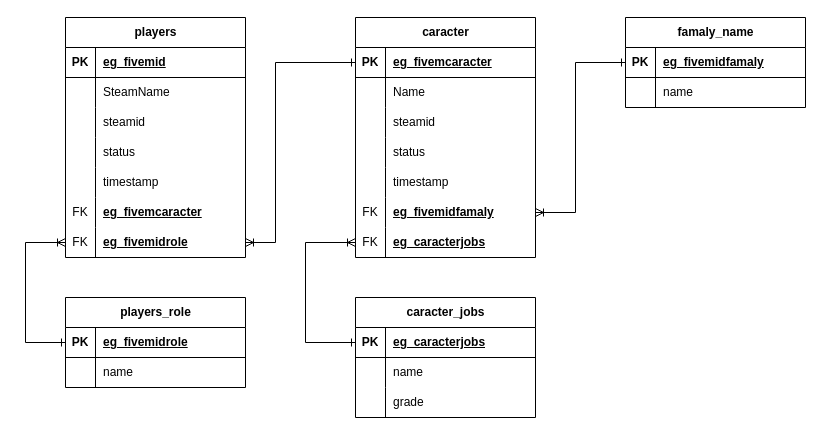
Above: EGSolutions/Designs/Diagrams/FivemDatabase.drawio in Fevereiro2/Docs (draw.io), before the change. Source tidied: cells renumbered, new cells numbered last; positions are measured from the earlier drawing's top-left corner, leaving out a move shared by most shapes. Both pictures are drawn from the tidied source at 100%, with x=0, y=0 at pixel (25, 17).
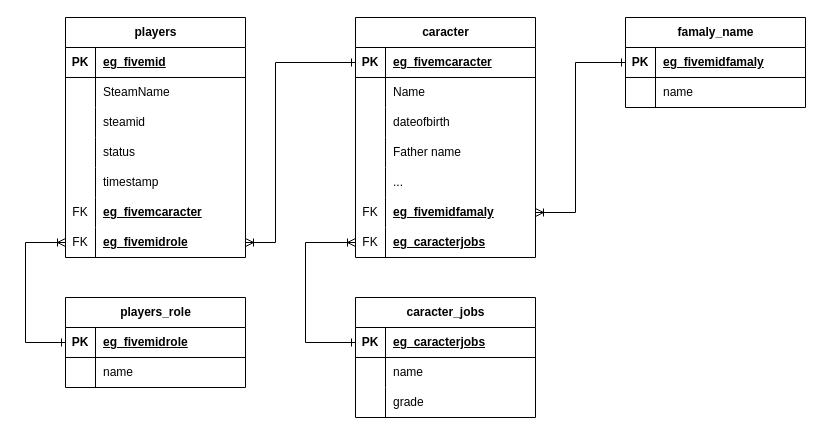
After the change.

The change refers to these unchanged cells:
```xml
<mxCell id="31" style="shape=tableRow;horizontal=0;startSize=0;swimlaneHead=0;swimlaneBody=0;fillColor=none;top=0;left=0;right=0;bottom=0;" parent="24" vertex="1">
  <mxGeometry y="90" width="180" height="30" as="geometry" />
</mxCell>
<mxCell id="34" style="shape=tableRow;horizontal=0;startSize=0;swimlaneHead=0;swimlaneBody=0;fillColor=none;top=0;left=0;right=0;bottom=0;" parent="24" vertex="1">
  <mxGeometry y="120" width="180" height="30" as="geometry" />
</mxCell>
<mxCell id="37" style="shape=tableRow;horizontal=0;startSize=0;swimlaneHead=0;swimlaneBody=0;fillColor=none;top=0;left=0;right=0;bottom=0;" parent="24" vertex="1">
  <mxGeometry y="150" width="180" height="30" as="geometry" />
</mxCell>
```

The edit, as a diff of the source:
```diff
@@
-    <mxCell id="33" value="steamid" style="shape=partialRectangle;fillColor=none;top=0;left=0;bottom=0;right=0;align=left;spacingLeft=6;overflow=hidden;whiteSpace=wrap;html=1;" parent="31" vertex="1">
+    <mxCell id="33" value="dateofbirth" style="shape=partialRectangle;fillColor=none;top=0;left=0;bottom=0;right=0;align=left;spacingLeft=6;overflow=hidden;whiteSpace=wrap;html=1;" parent="31" vertex="1">
       <mxGeometry x="30" width="150" height="30" as="geometry" />
     </mxCell>
@@
-    <mxCell id="36" value="status" style="shape=partialRectangle;fillColor=none;top=0;left=0;bottom=0;right=0;align=left;spacingLeft=6;overflow=hidden;whiteSpace=wrap;html=1;" parent="34" vertex="1">
+    <mxCell id="36" value="Father name" style="shape=partialRectangle;fillColor=none;top=0;left=0;bottom=0;right=0;align=left;spacingLeft=6;overflow=hidden;whiteSpace=wrap;html=1;" parent="34" vertex="1">
       <mxGeometry x="30" width="150" height="30" as="geometry" />
     </mxCell>
@@
-    <mxCell id="39" value="timestamp" style="shape=partialRectangle;fillColor=none;top=0;left=0;bottom=0;right=0;align=left;spacingLeft=6;overflow=hidden;whiteSpace=wrap;html=1;" parent="37" vertex="1">
+    <mxCell id="39" value="..." style="shape=partialRectangle;fillColor=none;top=0;left=0;bottom=0;right=0;align=left;spacingLeft=6;overflow=hidden;whiteSpace=wrap;html=1;" parent="37" vertex="1">
       <mxGeometry x="30" width="150" height="30" as="geometry" />
     </mxCell>
```
